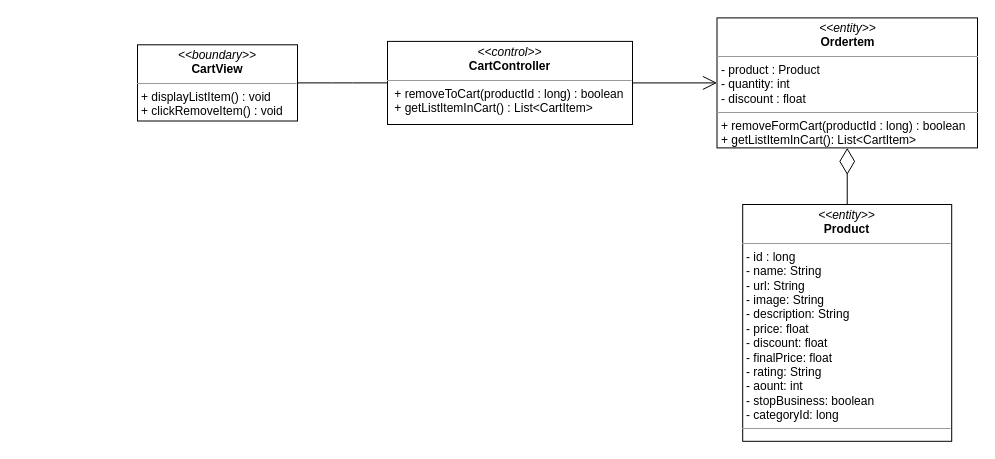
Above: class diagram/remove-product-from-cart-class-diagram.drawio in nguyenphamvan/datn_20202 (draw.io), before the change. Source tidied: cells renumbered, new cells numbered last; positions are measured from the earlier drawing's top-left corner, leaving out a move shared by most shapes. Both pictures are drawn from the tidied source at 100%, with x=0, y=0 at pixel (137, 17).
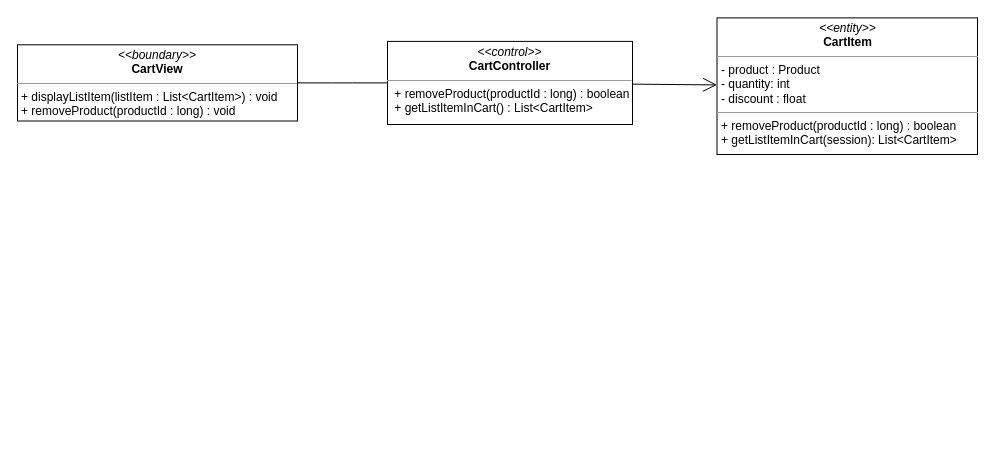
Above is the later version.

Change to the diagram source:
```diff
@@
 <mxGraphModel>
   <root>
     <mxCell id="0" />
     <mxCell id="1" parent="0" />
-    <mxCell id="2" value="&lt;p style=&quot;margin: 0px ; margin-top: 4px ; text-align: center&quot;&gt;&lt;i&gt;&amp;lt;&amp;lt;boundary&amp;gt;&amp;gt;&lt;/i&gt;&lt;br&gt;&lt;b&gt;CartView&lt;/b&gt;&lt;/p&gt;&lt;hr size=&quot;1&quot;&gt;&lt;p style=&quot;margin: 0px ; margin-left: 4px&quot;&gt;&lt;span&gt;+ displayListItem() : void&amp;nbsp;&lt;/span&gt;&lt;/p&gt;&lt;p style=&quot;margin: 0px ; margin-left: 4px&quot;&gt;&lt;span&gt;+ clickRemoveItem() : void&lt;br&gt;&lt;/span&gt;&lt;/p&gt;" style="verticalAlign=top;align=left;overflow=fill;fontSize=12;fontFamily=Helvetica;html=1;" parent="1" vertex="1">
-      <mxGeometry y="27.3" width="160" height="76.2" as="geometry" />
+    <mxCell id="2" value="&lt;p style=&quot;margin: 0px ; margin-top: 4px ; text-align: center&quot;&gt;&lt;i&gt;&amp;lt;&amp;lt;boundary&amp;gt;&amp;gt;&lt;/i&gt;&lt;br&gt;&lt;b&gt;CartView&lt;/b&gt;&lt;/p&gt;&lt;hr size=&quot;1&quot;&gt;&lt;p style=&quot;margin: 0px ; margin-left: 4px&quot;&gt;&lt;span&gt;+ displayListItem(listItem : List&amp;lt;CartItem&amp;gt;) : void&amp;nbsp;&lt;/span&gt;&lt;/p&gt;&lt;p style=&quot;margin: 0px ; margin-left: 4px&quot;&gt;&lt;span&gt;+ removeProduct(productId : long) : void&lt;br&gt;&lt;/span&gt;&lt;/p&gt;" style="verticalAlign=top;align=left;overflow=fill;fontSize=12;fontFamily=Helvetica;html=1;" parent="1" vertex="1">
+      <mxGeometry x="-120" y="27.3" width="280" height="76.2" as="geometry" />
     </mxCell>
     <mxCell id="3" style="endArrow=none;html=1;edgeStyle=orthogonalEdgeStyle;exitX=1;exitY=0.5;exitDx=0;exitDy=0;" parent="1" edge="1" source="2" target="4">
       <mxGeometry relative="1" as="geometry" />
     </mxCell>
-    <mxCell id="4" value="&lt;p style=&quot;margin: 0px ; margin-top: 4px ; text-align: center&quot;&gt;&lt;i&gt;&amp;lt;&amp;lt;control&amp;gt;&amp;gt;&lt;/i&gt;&lt;br&gt;&lt;b&gt;CartController&lt;/b&gt;&lt;/p&gt;&lt;hr size=&quot;1&quot;&gt;&lt;p style=&quot;margin: 0px ; margin-left: 4px&quot;&gt;&lt;span&gt;&amp;nbsp;+ removeToCart(productId : long) : boolean&lt;/span&gt;&lt;/p&gt;&lt;p style=&quot;margin: 0px ; margin-left: 4px&quot;&gt;&amp;nbsp;+ getListItemInCart() : List&amp;lt;CartItem&amp;gt;&lt;/p&gt;" style="verticalAlign=top;align=left;overflow=fill;fontSize=12;fontFamily=Helvetica;html=1;" parent="1" vertex="1">
+    <mxCell id="4" value="&lt;p style=&quot;margin: 0px ; margin-top: 4px ; text-align: center&quot;&gt;&lt;i&gt;&amp;lt;&amp;lt;control&amp;gt;&amp;gt;&lt;/i&gt;&lt;br&gt;&lt;b&gt;CartController&lt;/b&gt;&lt;/p&gt;&lt;hr size=&quot;1&quot;&gt;&lt;p style=&quot;margin: 0px ; margin-left: 4px&quot;&gt;&lt;span&gt;&amp;nbsp;+ removeProduct(productId : long) : boolean&lt;/span&gt;&lt;/p&gt;&lt;p style=&quot;margin: 0px ; margin-left: 4px&quot;&gt;&amp;nbsp;+ getListItemInCart() : List&amp;lt;CartItem&amp;gt;&lt;/p&gt;" style="verticalAlign=top;align=left;overflow=fill;fontSize=12;fontFamily=Helvetica;html=1;" parent="1" vertex="1">
       <mxGeometry x="250" y="23.9" width="245" height="83.1" as="geometry" />
     </mxCell>
-    <mxCell id="5" value="&lt;p style=&quot;margin: 0px ; margin-top: 4px ; text-align: center&quot;&gt;&lt;i&gt;&amp;lt;&amp;lt;entity&amp;gt;&amp;gt;&lt;/i&gt;&lt;br&gt;&lt;b&gt;Ordertem&lt;/b&gt;&lt;/p&gt;&lt;hr size=&quot;1&quot;&gt;&lt;p style=&quot;margin: 0px ; margin-left: 4px&quot;&gt;- product : Product&lt;/p&gt;&lt;p style=&quot;margin: 0px ; margin-left: 4px&quot;&gt;- quantity: int&lt;br&gt;- discount : float&lt;/p&gt;&lt;hr size=&quot;1&quot;&gt;&lt;p style=&quot;margin: 0px ; margin-left: 4px&quot;&gt;+ removeFormCart(productId : long) : boolean&lt;/p&gt;&lt;p style=&quot;margin: 0px ; margin-left: 4px&quot;&gt;+ getListItemInCart(): List&amp;lt;CartItem&amp;gt;&lt;br&gt;&lt;/p&gt;" style="verticalAlign=top;align=left;overflow=fill;fontSize=12;fontFamily=Helvetica;html=1;" parent="1" vertex="1">
-      <mxGeometry x="579.5" y="0.4" width="260.5" height="130" as="geometry" />
+    <mxCell id="5" value="&lt;p style=&quot;margin: 0px ; margin-top: 4px ; text-align: center&quot;&gt;&lt;i&gt;&amp;lt;&amp;lt;entity&amp;gt;&amp;gt;&lt;/i&gt;&lt;br&gt;&lt;b&gt;CartItem&lt;/b&gt;&lt;/p&gt;&lt;hr size=&quot;1&quot;&gt;&lt;p style=&quot;margin: 0px ; margin-left: 4px&quot;&gt;- product : Product&lt;/p&gt;&lt;p style=&quot;margin: 0px ; margin-left: 4px&quot;&gt;- quantity: int&lt;br&gt;- discount : float&lt;/p&gt;&lt;hr size=&quot;1&quot;&gt;&lt;p style=&quot;margin: 0px ; margin-left: 4px&quot;&gt;+ removeProduct(productId : long) : boolean&lt;/p&gt;&lt;p style=&quot;margin: 0px ; margin-left: 4px&quot;&gt;+ getListItemInCart(session): List&amp;lt;CartItem&amp;gt;&lt;br&gt;&lt;/p&gt;" style="verticalAlign=top;align=left;overflow=fill;fontSize=12;fontFamily=Helvetica;html=1;" parent="1" vertex="1">
+      <mxGeometry x="579.5" y="0.4" width="260.5" height="136.6" as="geometry" />
     </mxCell>
-    <mxCell id="6" value="&lt;p style=&quot;margin: 0px ; margin-top: 4px ; text-align: center&quot;&gt;&lt;i&gt;&amp;lt;&amp;lt;entity&amp;gt;&amp;gt;&lt;/i&gt;&lt;br&gt;&lt;b&gt;Product&lt;/b&gt;&lt;/p&gt;&lt;hr size=&quot;1&quot;&gt;&lt;p style=&quot;margin: 0px ; margin-left: 4px&quot;&gt;- id : long&lt;/p&gt;&lt;p style=&quot;margin: 0px ; margin-left: 4px&quot;&gt;- name: String&lt;br&gt;- url: String&lt;/p&gt;&lt;p style=&quot;margin: 0px ; margin-left: 4px&quot;&gt;- image: String&lt;/p&gt;&lt;p style=&quot;margin: 0px ; margin-left: 4px&quot;&gt;- description: String&lt;/p&gt;&lt;p style=&quot;margin: 0px ; margin-left: 4px&quot;&gt;- price: float&lt;/p&gt;&lt;p style=&quot;margin: 0px ; margin-left: 4px&quot;&gt;- discount: float&lt;/p&gt;&lt;p style=&quot;margin: 0px ; margin-left: 4px&quot;&gt;- finalPrice: float&lt;/p&gt;&lt;p style=&quot;margin: 0px ; margin-left: 4px&quot;&gt;- rating: String&lt;/p&gt;&lt;p style=&quot;margin: 0px ; margin-left: 4px&quot;&gt;- aount: int&lt;/p&gt;&lt;p style=&quot;margin: 0px ; margin-left: 4px&quot;&gt;- stopBusiness: boolean&lt;/p&gt;&lt;p style=&quot;margin: 0px ; margin-left: 4px&quot;&gt;- categoryId: long&lt;/p&gt;&lt;hr size=&quot;1&quot;&gt;&lt;p style=&quot;margin: 0px ; margin-left: 4px&quot;&gt;&lt;br&gt;&lt;/p&gt;" style="verticalAlign=top;align=left;overflow=fill;fontSize=12;fontFamily=Helvetica;html=1;" parent="1" vertex="1">
-      <mxGeometry x="605.2" y="187" width="209" height="236.8" as="geometry" />
-    </mxCell>
-    <mxCell id="7" style="endArrow=diamondThin;endFill=0;endSize=24;html=1;" parent="1" edge="1" source="6" target="5">
-      <mxGeometry relative="1" as="geometry" />
-    </mxCell>
     <mxCell id="8" style="endArrow=open;endFill=1;endSize=12;html=1;" parent="1" edge="1" source="4" target="5">
       <mxGeometry relative="1" as="geometry" />
     </mxCell>
   </root>
 </mxGraphModel>
```
